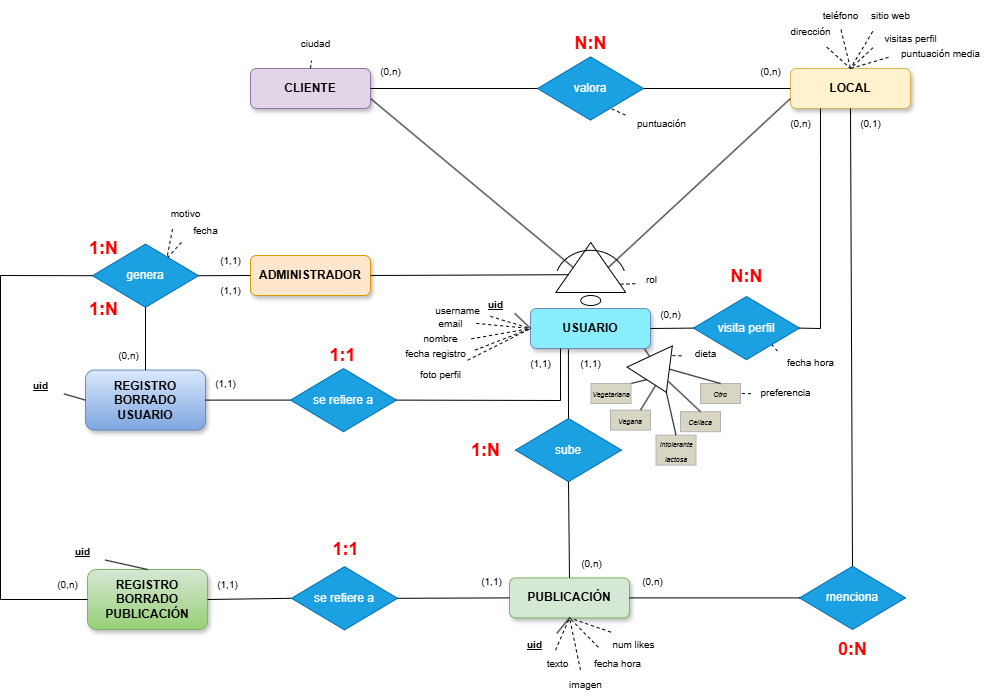
Before: diagramas/foodTracks_diagrama_ER.png, a diagram exported from draw.io (robertskrr/FoodTracks-App). Source tidied: cells renumbered, new cells last; positions are measured from the earlier drawing's top-left corner, leaving out a move shared by most shapes.
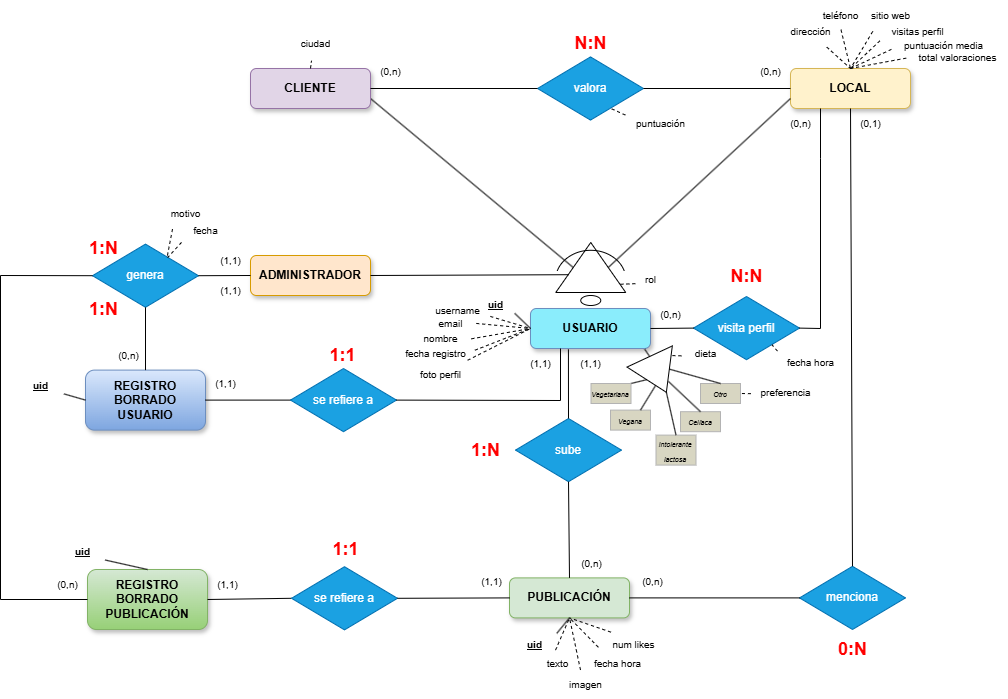
The same diagram one commit later.

Commit message:
fix: ER diagram added local field

Change to the diagram source:
```diff
@@ -102,7 +102,7 @@
       <mxGeometry relative="1" as="geometry" />
     </mxCell>
     <mxCell id="35" value="&lt;span style=&quot;font-size: 10px;&quot;&gt;&lt;span&gt;&lt;span&gt;puntuación media&lt;/span&gt;&lt;/span&gt;&lt;/span&gt;" style="text;html=1;align=center;verticalAlign=middle;points=[];strokeColor=none;fillColor=none;fontStyle=0;" parent="1" vertex="1">
-      <mxGeometry x="890" y="38" width="100" height="30" as="geometry" />
+      <mxGeometry x="893" y="30" width="100" height="30" as="geometry" />
     </mxCell>
     <mxCell id="36" value="&lt;span style=&quot;font-size: 10px;&quot;&gt;&lt;span&gt;&lt;span&gt;teléfono&lt;/span&gt;&lt;/span&gt;&lt;/span&gt;" style="text;html=1;align=center;verticalAlign=middle;points=[];strokeColor=none;fillColor=none;fontStyle=0;" parent="1" vertex="1">
       <mxGeometry x="810" width="60" height="30" as="geometry" />
@@ -111,7 +111,7 @@
       <mxGeometry x="860" width="60" height="30" as="geometry" />
     </mxCell>
     <mxCell id="38" value="&lt;span style=&quot;font-size: 10px;&quot;&gt;&lt;span&gt;&lt;span&gt;visitas perfil&lt;/span&gt;&lt;/span&gt;&lt;/span&gt;" style="text;html=1;align=center;verticalAlign=middle;points=[];strokeColor=none;fillColor=none;fontStyle=0;" parent="1" vertex="1">
-      <mxGeometry x="870" y="23" width="80" height="30" as="geometry" />
+      <mxGeometry x="877" y="16" width="80" height="30" as="geometry" />
     </mxCell>
     <mxCell id="39" style="endArrow=none;html=1;rounded=0;exitX=0.508;exitY=0.974;exitDx=0;exitDy=0;entryX=0.5;entryY=0;entryDx=0;entryDy=0;dashed=1;exitPerimeter=0;" parent="1" edge="1" source="36" target="3">
       <mxGeometry relative="1" as="geometry" />
@@ -385,5 +385,11 @@
     <mxCell id="124" style="endArrow=none;html=1;rounded=0;exitX=0;exitY=0.5;exitDx=0;exitDy=0;entryX=0.952;entryY=1.019;entryDx=0;entryDy=0;entryPerimeter=0;" parent="1" edge="1" source="109" target="6">
       <mxGeometry relative="1" as="geometry" />
     </mxCell>
+    <mxCell id="125" value="&lt;span style=&quot;font-size: 10px;&quot;&gt;&lt;span&gt;&lt;span&gt;total valoraciones&lt;/span&gt;&lt;/span&gt;&lt;/span&gt;" style="text;html=1;align=center;verticalAlign=middle;points=[];strokeColor=none;fillColor=none;fontStyle=0;" parent="1" vertex="1">
+      <mxGeometry x="907" y="42" width="100" height="30" as="geometry" />
+    </mxCell>
+    <mxCell id="126" style="endArrow=none;html=1;rounded=0;exitX=-0.013;exitY=0.521;exitDx=0;exitDy=0;entryX=0.5;entryY=0;entryDx=0;entryDy=0;dashed=1;exitPerimeter=0;" parent="1" edge="1" source="125" target="3">
+      <mxGeometry relative="1" as="geometry" />
+    </mxCell>
   </root>
 </mxGraphModel>
```
